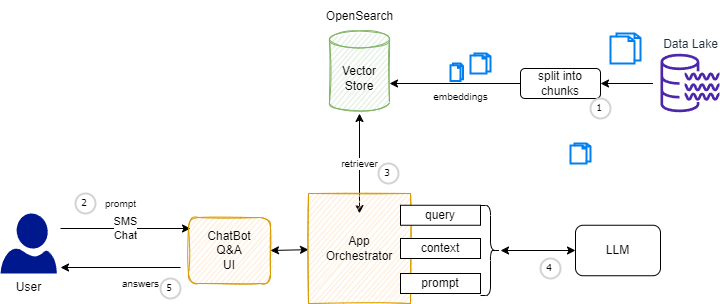
The draw.io diagram docs/genAI/diagrams/rag.drawio.png in jbcodeforce/ML-studies, before a commit. Source tidied: cells renumbered, new cells last; positions are measured from the earlier drawing's top-left corner, leaving out a move shared by most shapes.
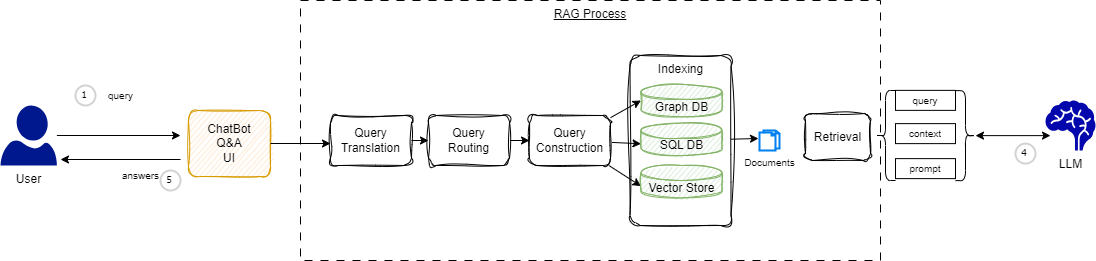
Above is the later version.

Change to the diagram source:
```diff
@@ -2,113 +2,114 @@
   <root>
     <mxCell id="0" />
     <mxCell id="1" parent="0" />
+    <mxCell id="33" style="edgeStyle=none;html=1;entryX=-0.05;entryY=0.4;entryDx=0;entryDy=0;entryPerimeter=0;fontSize=10;startArrow=none;startFill=0;endArrow=classic;endFill=1;" parent="1" edge="1" source="34" target="14">
+      <mxGeometry relative="1" as="geometry" />
+    </mxCell>
+    <mxCell id="34" value="Indexing" style="rounded=1;whiteSpace=wrap;html=1;verticalAlign=top;sketch=1;curveFitting=1;jiggle=2;arcSize=10;" parent="1" vertex="1">
+      <mxGeometry x="509.5" y="167" width="101" height="170" as="geometry" />
+    </mxCell>
+    <mxCell id="35" style="edgeStyle=none;html=1;" parent="1" edge="1" source="2">
+      <mxGeometry relative="1" as="geometry">
+        <mxPoint x="60" y="247" as="targetPoint" />
+      </mxGeometry>
+    </mxCell>
     <mxCell id="2" value="User" style="sketch=0;shadow=0;dashed=0;html=1;strokeColor=none;labelPosition=center;verticalLabelPosition=bottom;verticalAlign=top;align=center;fillColor=#00188D;shape=mxgraph.azure.user;" parent="1" vertex="1">
-      <mxGeometry y="212" width="56.4" height="60" as="geometry" />
+      <mxGeometry x="-120" y="217" width="56.4" height="60" as="geometry" />
     </mxCell>
-    <mxCell id="3" style="edgeStyle=none;html=1;entryX=0;entryY=0.5;entryDx=0;entryDy=0;startArrow=classic;startFill=1;" parent="1" edge="1" target="10">
+    <mxCell id="3" style="edgeStyle=none;html=1;entryX=0;entryY=0.5;entryDx=0;entryDy=0;startArrow=classic;startFill=1;" parent="1" edge="1">
       <mxGeometry relative="1" as="geometry">
-        <mxPoint x="500" y="249" as="sourcePoint" />
+        <mxPoint x="855" y="247.1" as="sourcePoint" />
+        <mxPoint x="930" y="247.1" as="targetPoint" />
       </mxGeometry>
     </mxCell>
-    <mxCell id="4" value="retriever" style="edgeStyle=none;html=1;entryX=0.5;entryY=1;entryDx=0;entryDy=0;entryPerimeter=0;startArrow=classic;startFill=1;fontSize=10;" parent="1" edge="1">
-      <mxGeometry relative="1" as="geometry">
-        <mxPoint x="359" y="212" as="sourcePoint" />
-        <mxPoint x="359" y="112" as="targetPoint" />
-      </mxGeometry>
-    </mxCell>
     <mxCell id="5" style="edgeStyle=none;html=1;fontSize=10;startArrow=none;startFill=0;" parent="1" edge="1">
       <mxGeometry relative="1" as="geometry">
-        <mxPoint x="180" y="266" as="sourcePoint" />
-        <mxPoint x="60" y="266" as="targetPoint" />
+        <mxPoint x="60" y="271" as="sourcePoint" />
+        <mxPoint x="-60" y="271" as="targetPoint" />
       </mxGeometry>
     </mxCell>
-    <mxCell id="6" value="SMS&lt;br&gt;Chat&lt;br&gt;" style="endArrow=classic;html=1;" parent="1" edge="1">
-      <mxGeometry relative="1" as="geometry">
-        <mxPoint x="60" y="227" as="sourcePoint" />
-        <mxPoint x="190" y="227" as="targetPoint" />
-      </mxGeometry>
-    </mxCell>
-    <mxCell id="7" style="html=1;verticalLabelPosition=bottom;align=center;labelBackgroundColor=#ffffff;verticalAlign=top;strokeWidth=2;strokeColor=#0080F0;shadow=0;dashed=0;shape=mxgraph.ios7.icons.documents;" parent="1" vertex="1">
-      <mxGeometry x="610" y="32" width="30" height="30" as="geometry" />
-    </mxCell>
-    <mxCell id="8" style="edgeStyle=none;html=1;" parent="1" edge="1" source="9">
-      <mxGeometry relative="1" as="geometry">
-        <mxPoint x="389" y="82" as="targetPoint" />
-      </mxGeometry>
-    </mxCell>
-    <mxCell id="9" value="split into chunks" style="rounded=1;whiteSpace=wrap;html=1;" parent="1" vertex="1">
-      <mxGeometry x="520" y="67" width="80" height="30" as="geometry" />
-    </mxCell>
-    <mxCell id="10" value="LLM" style="rounded=1;whiteSpace=wrap;html=1;" parent="1" vertex="1">
-      <mxGeometry x="575" y="223.8" width="85" height="50.5" as="geometry" />
-    </mxCell>
-    <mxCell id="11" style="edgeStyle=none;html=1;" parent="1" edge="1" target="9">
-      <mxGeometry relative="1" as="geometry">
-        <mxPoint x="652.5" y="82" as="sourcePoint" />
-      </mxGeometry>
-    </mxCell>
-    <mxCell id="12" style="html=1;verticalLabelPosition=bottom;align=center;labelBackgroundColor=#ffffff;verticalAlign=top;strokeWidth=2;strokeColor=#0080F0;shadow=0;dashed=0;shape=mxgraph.ios7.icons.documents;" parent="1" vertex="1">
-      <mxGeometry x="450" y="62" width="12.5" height="17.5" as="geometry" />
-    </mxCell>
-    <mxCell id="13" style="html=1;verticalLabelPosition=bottom;align=center;labelBackgroundColor=#ffffff;verticalAlign=top;strokeWidth=2;strokeColor=#0080F0;shadow=0;dashed=0;shape=mxgraph.ios7.icons.documents;" parent="1" vertex="1">
-      <mxGeometry x="470" y="52" width="20" height="20" as="geometry" />
-    </mxCell>
-    <mxCell id="14" style="html=1;verticalLabelPosition=bottom;align=center;labelBackgroundColor=#ffffff;verticalAlign=top;strokeWidth=2;strokeColor=#0080F0;shadow=0;dashed=0;shape=mxgraph.ios7.icons.documents;" parent="1" vertex="1">
-      <mxGeometry x="570" y="142" width="20" height="20" as="geometry" />
+    <mxCell id="14" value="Documents" style="html=1;verticalLabelPosition=bottom;align=center;labelBackgroundColor=#ffffff;verticalAlign=top;strokeWidth=2;strokeColor=#0080F0;shadow=0;dashed=0;shape=mxgraph.ios7.icons.documents;fontSize=10;" parent="1" vertex="1">
+      <mxGeometry x="639" y="242" width="20" height="20" as="geometry" />
     </mxCell>
-    <mxCell id="15" value="embeddings" style="text;html=1;align=center;verticalAlign=middle;strokeColor=none;fillColor=none;fontSize=10;" parent="1" vertex="1">
-      <mxGeometry x="420" y="79.5" width="80" height="30" as="geometry" />
-    </mxCell>
     <mxCell id="16" value="answers" style="text;html=1;align=center;verticalAlign=middle;strokeColor=none;fillColor=none;fontSize=10;" parent="1" vertex="1">
-      <mxGeometry x="110" y="267" width="60" height="30" as="geometry" />
+      <mxGeometry x="-10" y="272" width="60" height="30" as="geometry" />
     </mxCell>
-    <mxCell id="17" value="1" style="ellipse;whiteSpace=wrap;html=1;strokeWidth=2;fontFamily=Tahoma;spacingBottom=4;spacingRight=2;strokeColor=#d3d3d3;fontSize=10;" parent="1" vertex="1">
-      <mxGeometry x="590" y="97" width="20" height="20" as="geometry" />
-    </mxCell>
-    <mxCell id="18" value="2" style="ellipse;whiteSpace=wrap;html=1;strokeWidth=2;fontFamily=Tahoma;spacingBottom=4;spacingRight=2;strokeColor=#d3d3d3;fontSize=10;" parent="1" vertex="1">
-      <mxGeometry x="75" y="192" width="20" height="20" as="geometry" />
+    <mxCell id="18" value="1" style="ellipse;whiteSpace=wrap;html=1;strokeWidth=2;fontFamily=Tahoma;spacingBottom=4;spacingRight=2;strokeColor=#d3d3d3;fontSize=10;" parent="1" vertex="1">
+      <mxGeometry x="-45" y="197" width="20" height="20" as="geometry" />
     </mxCell>
-    <mxCell id="19" value="prompt" style="text;html=1;align=center;verticalAlign=middle;strokeColor=none;fillColor=none;fontSize=10;" parent="1" vertex="1">
-      <mxGeometry x="95" y="187" width="50" height="30" as="geometry" />
+    <mxCell id="19" value="query" style="text;html=1;align=center;verticalAlign=middle;strokeColor=none;fillColor=none;fontSize=10;" parent="1" vertex="1">
+      <mxGeometry x="-25" y="192" width="50" height="30" as="geometry" />
     </mxCell>
-    <mxCell id="20" value="3" style="ellipse;whiteSpace=wrap;html=1;strokeWidth=2;fontFamily=Tahoma;spacingBottom=4;spacingRight=2;strokeColor=#d3d3d3;fontSize=10;" parent="1" vertex="1">
-      <mxGeometry x="378" y="162" width="20" height="20" as="geometry" />
-    </mxCell>
     <mxCell id="21" value="4" style="ellipse;whiteSpace=wrap;html=1;strokeWidth=2;fontFamily=Tahoma;spacingBottom=4;spacingRight=2;strokeColor=#d3d3d3;fontSize=10;" parent="1" vertex="1">
-      <mxGeometry x="540" y="257" width="20" height="20" as="geometry" />
+      <mxGeometry x="895" y="255.1" width="20" height="20" as="geometry" />
     </mxCell>
     <mxCell id="22" value="5" style="ellipse;whiteSpace=wrap;html=1;strokeWidth=2;fontFamily=Tahoma;spacingBottom=4;spacingRight=2;strokeColor=#d3d3d3;fontSize=10;" parent="1" vertex="1">
-      <mxGeometry x="160" y="277" width="20" height="20" as="geometry" />
+      <mxGeometry x="40" y="282" width="20" height="20" as="geometry" />
     </mxCell>
-    <mxCell id="23" value="Vector Store" style="shape=cylinder3;whiteSpace=wrap;html=1;boundedLbl=1;backgroundOutline=1;size=8.5;sketch=1;fillColor=#d5e8d4;strokeColor=#82b366;" parent="1" vertex="1">
-      <mxGeometry x="329" y="29.5" width="60" height="80" as="geometry" />
-    </mxCell>
-    <mxCell id="24" value="OpenSearch" style="text;html=1;align=center;verticalAlign=middle;strokeColor=none;fillColor=none;" parent="1" vertex="1">
-      <mxGeometry x="314" y="-0.5" width="90" height="30" as="geometry" />
-    </mxCell>
     <mxCell id="25" value="ChatBot&lt;br&gt;Q&amp;amp;A&lt;br&gt;UI" style="rounded=1;whiteSpace=wrap;html=1;sketch=1;fillColor=#ffe6cc;strokeColor=#d79b00;" parent="1" vertex="1">
-      <mxGeometry x="188" y="216" width="82" height="66" as="geometry" />
+      <mxGeometry x="68" y="222" width="82" height="66" as="geometry" />
     </mxCell>
-    <mxCell id="26" style="edgeStyle=none;html=1;entryX=1;entryY=0.5;entryDx=0;entryDy=0;startArrow=classic;startFill=1;" parent="1" edge="1" source="27" target="25">
-      <mxGeometry relative="1" as="geometry" />
+    <mxCell id="26" style="edgeStyle=none;html=1;entryX=1;entryY=0.5;entryDx=0;entryDy=0;startArrow=classic;startFill=1;endArrow=none;endFill=0;" parent="1" edge="1" target="25">
+      <mxGeometry relative="1" as="geometry">
+        <mxPoint x="210" y="255" as="sourcePoint" />
+      </mxGeometry>
     </mxCell>
-    <mxCell id="27" value="App&lt;br&gt;Orchestrator" style="rounded=0;whiteSpace=wrap;html=1;sketch=1;fillColor=#ffe6cc;strokeColor=#d79b00;" parent="1" vertex="1">
-      <mxGeometry x="308" y="192" width="102" height="110" as="geometry" />
-    </mxCell>
-    <mxCell id="28" value="Data Lake" style="sketch=0;fontColor=#232F3E;gradientColor=none;fillColor=#4D27AA;strokeColor=none;dashed=0;verticalLabelPosition=top;verticalAlign=bottom;align=center;html=1;fontSize=12;fontStyle=0;shape=mxgraph.aws4.data_lake_resource_icon;labelPosition=center;" parent="1" vertex="1">
-      <mxGeometry x="660" y="52" width="59" height="59" as="geometry" />
-    </mxCell>
-    <mxCell id="29" value="prompt" style="rounded=0;whiteSpace=wrap;html=1;" parent="1" vertex="1">
-      <mxGeometry x="400" y="272" width="80" height="20" as="geometry" />
+    <mxCell id="29" value="prompt" style="rounded=0;whiteSpace=wrap;html=1;fontSize=10;" parent="1" vertex="1">
+      <mxGeometry x="775" y="270.1" width="60" height="20" as="geometry" />
     </mxCell>
-    <mxCell id="30" value="query" style="rounded=0;whiteSpace=wrap;html=1;" parent="1" vertex="1">
-      <mxGeometry x="400" y="203.8" width="80" height="20" as="geometry" />
+    <mxCell id="30" value="query" style="rounded=0;whiteSpace=wrap;html=1;fontSize=10;" parent="1" vertex="1">
+      <mxGeometry x="775" y="201.9" width="60" height="20" as="geometry" />
     </mxCell>
-    <mxCell id="31" value="context" style="rounded=0;whiteSpace=wrap;html=1;" parent="1" vertex="1">
-      <mxGeometry x="400" y="237" width="80" height="20" as="geometry" />
+    <mxCell id="31" value="context" style="rounded=0;whiteSpace=wrap;html=1;fontSize=10;" parent="1" vertex="1">
+      <mxGeometry x="775" y="235.1" width="60" height="20" as="geometry" />
     </mxCell>
-    <mxCell id="32" style="shape=curlyBracket;whiteSpace=wrap;html=1;rounded=1;flipH=1;labelPosition=right;verticalLabelPosition=middle;align=left;verticalAlign=middle;" parent="1" vertex="1">
-      <mxGeometry x="480" y="204" width="20" height="90" as="geometry" />
+    <mxCell id="32" style="shape=curlyBracket;whiteSpace=wrap;html=1;rounded=1;flipH=1;labelPosition=right;verticalLabelPosition=middle;align=left;verticalAlign=middle;fontSize=10;" parent="1" vertex="1">
+      <mxGeometry x="835" y="202.1" width="20" height="90" as="geometry" />
     </mxCell>
+    <mxCell id="36" style="edgeStyle=none;html=1;entryX=0;entryY=0.5;entryDx=0;entryDy=0;entryPerimeter=0;startArrow=none;startFill=0;endArrow=classic;endFill=1;" parent="1" edge="1" source="39" target="46">
+      <mxGeometry relative="1" as="geometry" />
+    </mxCell>
+    <mxCell id="37" style="edgeStyle=none;html=1;entryX=0;entryY=0;entryDx=0;entryDy=20.625;entryPerimeter=0;startArrow=none;startFill=0;endArrow=classic;endFill=1;" parent="1" edge="1" source="39" target="45">
+      <mxGeometry relative="1" as="geometry" />
+    </mxCell>
+    <mxCell id="38" style="edgeStyle=none;html=1;entryX=0;entryY=0;entryDx=0;entryDy=20.625;entryPerimeter=0;startArrow=none;startFill=0;endArrow=classic;endFill=1;" parent="1" edge="1" source="39" target="23">
+      <mxGeometry relative="1" as="geometry" />
+    </mxCell>
+    <mxCell id="39" value="Query&lt;br&gt;Construction" style="rounded=1;whiteSpace=wrap;html=1;sketch=1;curveFitting=1;jiggle=2;" parent="1" vertex="1">
+      <mxGeometry x="409" y="227" width="81" height="50" as="geometry" />
+    </mxCell>
+    <mxCell id="40" value="RAG Process" style="rounded=0;whiteSpace=wrap;html=1;fillColor=none;dashed=1;dashPattern=8 8;verticalAlign=top;fontStyle=4;" parent="1" vertex="1">
+      <mxGeometry x="180" y="112" width="580" height="260" as="geometry" />
+    </mxCell>
+    <mxCell id="41" style="edgeStyle=none;html=1;entryX=0;entryY=0.5;entryDx=0;entryDy=0;startArrow=none;startFill=0;endArrow=classic;endFill=1;" parent="1" edge="1" source="42" target="39">
+      <mxGeometry relative="1" as="geometry" />
+    </mxCell>
+    <mxCell id="42" value="Query&lt;br&gt;Routing" style="rounded=1;whiteSpace=wrap;html=1;sketch=1;curveFitting=1;jiggle=2;" parent="1" vertex="1">
+      <mxGeometry x="308" y="227" width="81" height="50" as="geometry" />
+    </mxCell>
+    <mxCell id="10" value="LLM" style="shape=mxgraph.signs.healthcare.brain;html=1;fillColor=#0407AC;strokeColor=none;verticalLabelPosition=bottom;verticalAlign=top;align=center;" parent="1" vertex="1">
+      <mxGeometry x="925" y="212" width="50" height="50" as="geometry" />
+    </mxCell>
+    <mxCell id="43" style="edgeStyle=none;html=1;startArrow=none;startFill=0;endArrow=classic;endFill=1;" parent="1" edge="1" source="44" target="42">
+      <mxGeometry relative="1" as="geometry" />
+    </mxCell>
+    <mxCell id="44" value="Query&lt;br&gt;Translation" style="rounded=1;whiteSpace=wrap;html=1;sketch=1;curveFitting=1;jiggle=2;" parent="1" vertex="1">
+      <mxGeometry x="210" y="227" width="81" height="50" as="geometry" />
+    </mxCell>
+    <mxCell id="23" value="Vector Store" style="shape=cylinder3;whiteSpace=wrap;html=1;boundedLbl=1;backgroundOutline=1;size=7.5;sketch=1;fillColor=#d5e8d4;strokeColor=#82b366;" parent="1" vertex="1">
+      <mxGeometry x="520.5" y="277" width="81" height="32.5" as="geometry" />
+    </mxCell>
+    <mxCell id="45" value="SQL DB" style="shape=cylinder3;whiteSpace=wrap;html=1;boundedLbl=1;backgroundOutline=1;size=7.5;sketch=1;fillColor=#d5e8d4;strokeColor=#82b366;" parent="1" vertex="1">
+      <mxGeometry x="520.5" y="234.6" width="81" height="32.5" as="geometry" />
+    </mxCell>
+    <mxCell id="46" value="Graph DB" style="shape=cylinder3;whiteSpace=wrap;html=1;boundedLbl=1;backgroundOutline=1;size=7.5;sketch=1;fillColor=#d5e8d4;strokeColor=#82b366;" parent="1" vertex="1">
+      <mxGeometry x="520.5" y="195.8" width="81" height="32.5" as="geometry" />
+    </mxCell>
+    <mxCell id="47" value="Retrieval" style="rounded=1;whiteSpace=wrap;html=1;sketch=1;curveFitting=1;jiggle=2;" parent="1" vertex="1">
+      <mxGeometry x="685" y="225.1" width="65" height="46.9" as="geometry" />
+    </mxCell>
+    <mxCell id="48" style="shape=curlyBracket;whiteSpace=wrap;html=1;rounded=1;flipH=1;labelPosition=right;verticalLabelPosition=middle;align=left;verticalAlign=middle;fontSize=10;rotation=-180;" parent="1" vertex="1">
+      <mxGeometry x="755" y="202" width="20" height="90" as="geometry" />
+    </mxCell>
   </root>
 </mxGraphModel>
```
